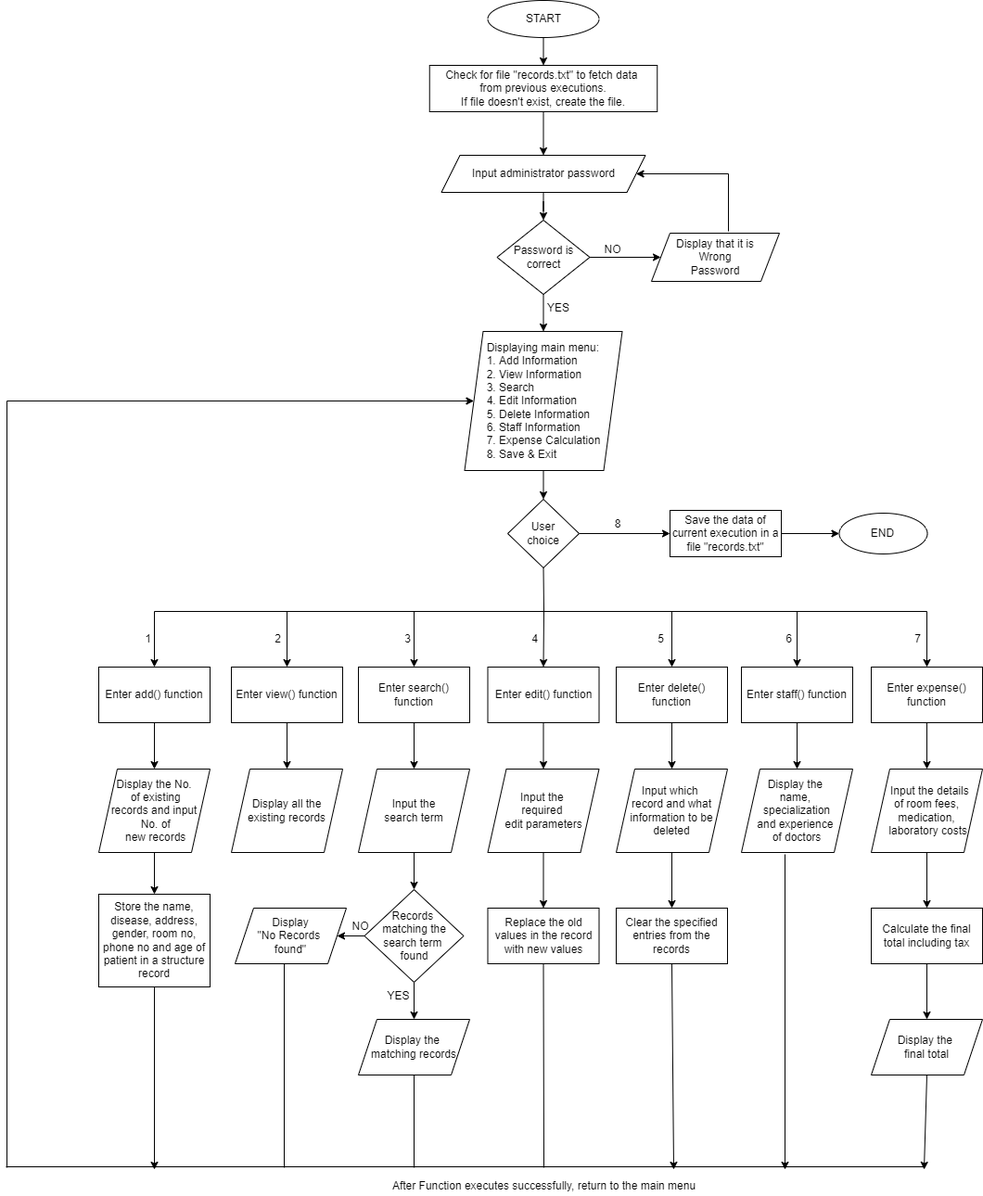
This is Flowchart.png from adivishnu-a/Hospital-Management-System, a draw.io export, as it was before one commit. Source tidied: cells renumbered, new cells last; positions are measured from the earlier drawing's top-left corner, leaving out a move shared by most shapes.
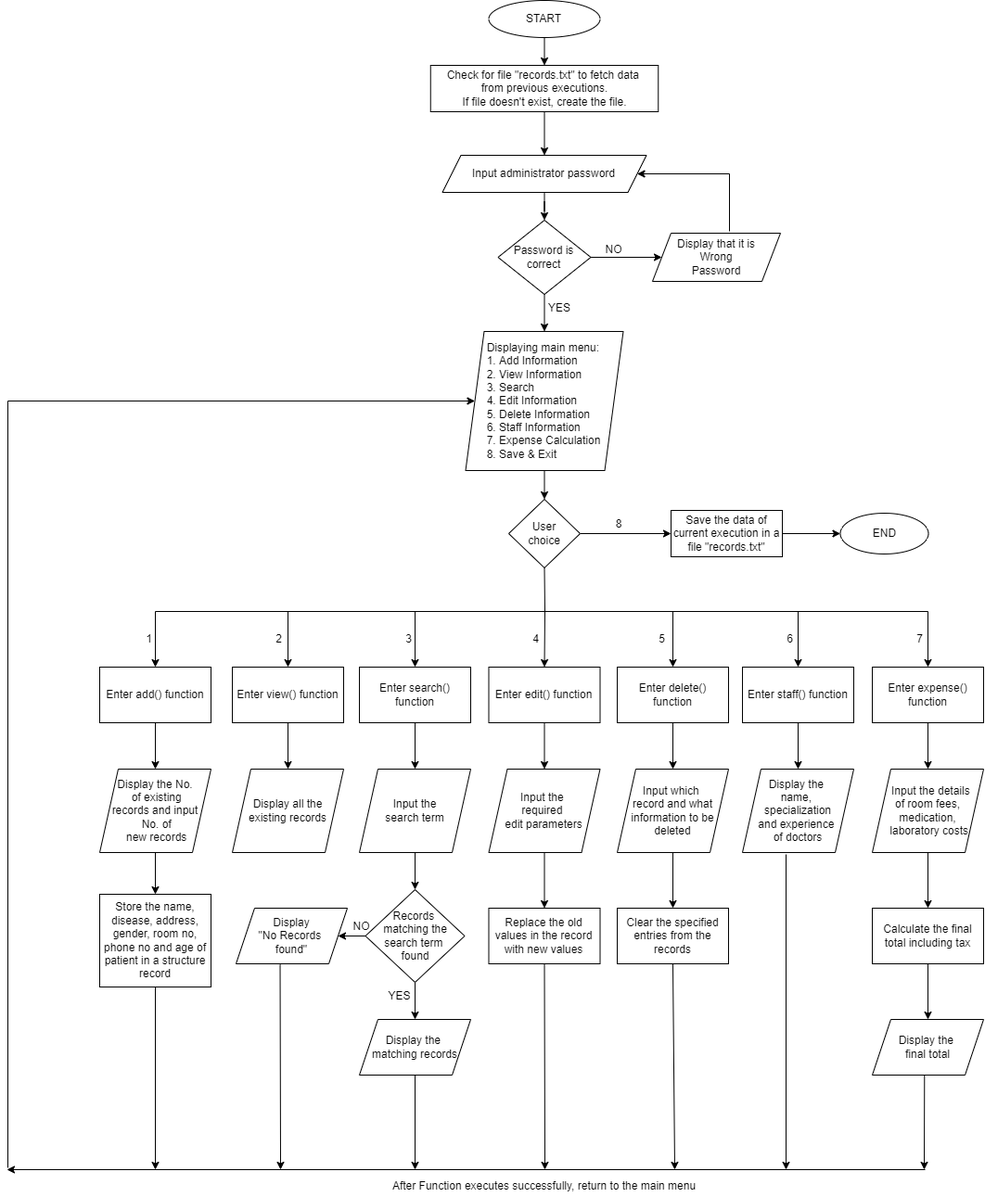
The same diagram one commit later.

The edit, as a diff of the source:
```diff
@@ -254,31 +254,6 @@
     <mxCell id="77" value="Display the &lt;br&gt;final total" style="shape=parallelogram;perimeter=parallelogramPerimeter;whiteSpace=wrap;html=1;fixedSize=1;rounded=0;" parent="1" vertex="1">
       <mxGeometry x="933" y="1099" width="120" height="60" as="geometry" />
     </mxCell>
-    <mxCell id="78" style="endArrow=none;html=1;rounded=0;fontColor=#000000;" parent="1" edge="1">
-      <mxGeometry relative="1" as="geometry">
-        <mxPoint y="1258" as="sourcePoint" />
-        <mxPoint x="990" y="1258" as="targetPoint" />
-        <Array as="points">
-          <mxPoint x="580" y="1258" />
-        </Array>
-      </mxGeometry>
-    </mxCell>
-    <mxCell id="79" style="endArrow=none;html=1;rounded=0;fontColor=#000000;entryX=0.5;entryY=1;entryDx=0;entryDy=0;" parent="1" edge="1" target="67">
-      <mxGeometry relative="1" as="geometry">
-        <mxPoint x="580" y="1259" as="sourcePoint" />
-      </mxGeometry>
-    </mxCell>
-    <mxCell id="80" style="endArrow=none;html=1;rounded=0;fontColor=#000000;entryX=0.5;entryY=1;entryDx=0;entryDy=0;" parent="1" edge="1" target="63">
-      <mxGeometry relative="1" as="geometry">
-        <mxPoint x="440" y="1259" as="sourcePoint" />
-      </mxGeometry>
-    </mxCell>
-    <mxCell id="81" style="endArrow=none;html=1;rounded=0;fontColor=#000000;" parent="1" edge="1">
-      <mxGeometry relative="1" as="geometry">
-        <mxPoint x="300" y="1259" as="sourcePoint" />
-        <mxPoint x="300" y="1039" as="targetPoint" />
-      </mxGeometry>
-    </mxCell>
     <mxCell id="82" style="endArrow=classic;html=1;rounded=0;fontColor=#000000;entryX=0;entryY=0.5;entryDx=0;entryDy=0;" parent="1" edge="1" target="10">
       <mxGeometry relative="1" as="geometry">
         <mxPoint x="1" y="1259" as="sourcePoint" />
@@ -295,9 +270,9 @@
         <mxPoint x="160" y="1261" as="targetPoint" />
       </mxGeometry>
     </mxCell>
-    <mxCell id="85" style="endArrow=classic;html=1;rounded=0;fontColor=#000000;exitX=0.5;exitY=1;exitDx=0;exitDy=0;" parent="1" edge="1" source="77">
+    <mxCell id="85" style="endArrow=classic;html=1;rounded=0;fontColor=#000000;exitX=0.469;exitY=0.995;exitDx=0;exitDy=0;exitPerimeter=0;" parent="1" edge="1" source="77">
       <mxGeometry relative="1" as="geometry">
-        <mxPoint x="990" y="1261" as="targetPoint" />
+        <mxPoint x="989" y="1261" as="targetPoint" />
       </mxGeometry>
     </mxCell>
     <mxCell id="86" style="endArrow=classic;html=1;rounded=0;fontColor=#000000;" parent="1" edge="1">
@@ -311,5 +286,26 @@
         <mxPoint x="720" y="1261" as="targetPoint" />
       </mxGeometry>
     </mxCell>
+    <mxCell id="88" style="endArrow=classic;html=1;rounded=0;fontColor=#000000;exitX=0.5;exitY=1;exitDx=0;exitDy=0;" parent="1" edge="1" source="67">
+      <mxGeometry relative="1" as="geometry">
+        <mxPoint x="580" y="1261" as="targetPoint" />
+      </mxGeometry>
+    </mxCell>
+    <mxCell id="89" style="endArrow=classic;html=1;rounded=0;fontColor=#000000;exitX=0.5;exitY=1;exitDx=0;exitDy=0;" parent="1" edge="1" source="63">
+      <mxGeometry relative="1" as="geometry">
+        <mxPoint x="440" y="1261" as="targetPoint" />
+      </mxGeometry>
+    </mxCell>
+    <mxCell id="90" style="endArrow=classic;html=1;rounded=0;fontColor=#000000;exitX=0.396;exitY=1.014;exitDx=0;exitDy=0;exitPerimeter=0;" parent="1" edge="1" source="61">
+      <mxGeometry relative="1" as="geometry">
+        <mxPoint x="295" y="1261" as="targetPoint" />
+      </mxGeometry>
+    </mxCell>
+    <mxCell id="91" style="endArrow=classic;html=1;rounded=0;fontColor=#000000;" parent="1" edge="1">
+      <mxGeometry relative="1" as="geometry">
+        <mxPoint x="990" y="1261" as="sourcePoint" />
+        <mxPoint y="1261" as="targetPoint" />
+      </mxGeometry>
+    </mxCell>
   </root>
 </mxGraphModel>
```
